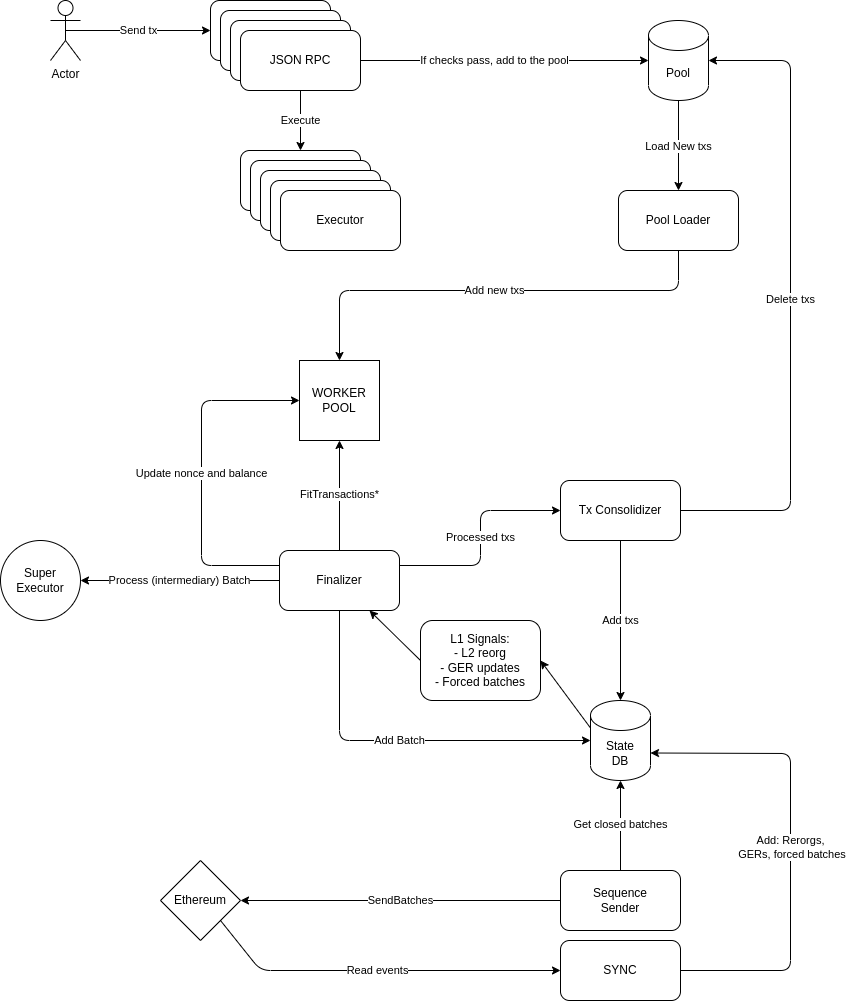
Earlier version of the draw.io export docs/sequecer-mango.drawio.png (0xPolygonHermez/zkevm-node). Source tidied: cells renumbered, new cells last; positions are measured from the earlier drawing's top-left corner, leaving out a move shared by most shapes.
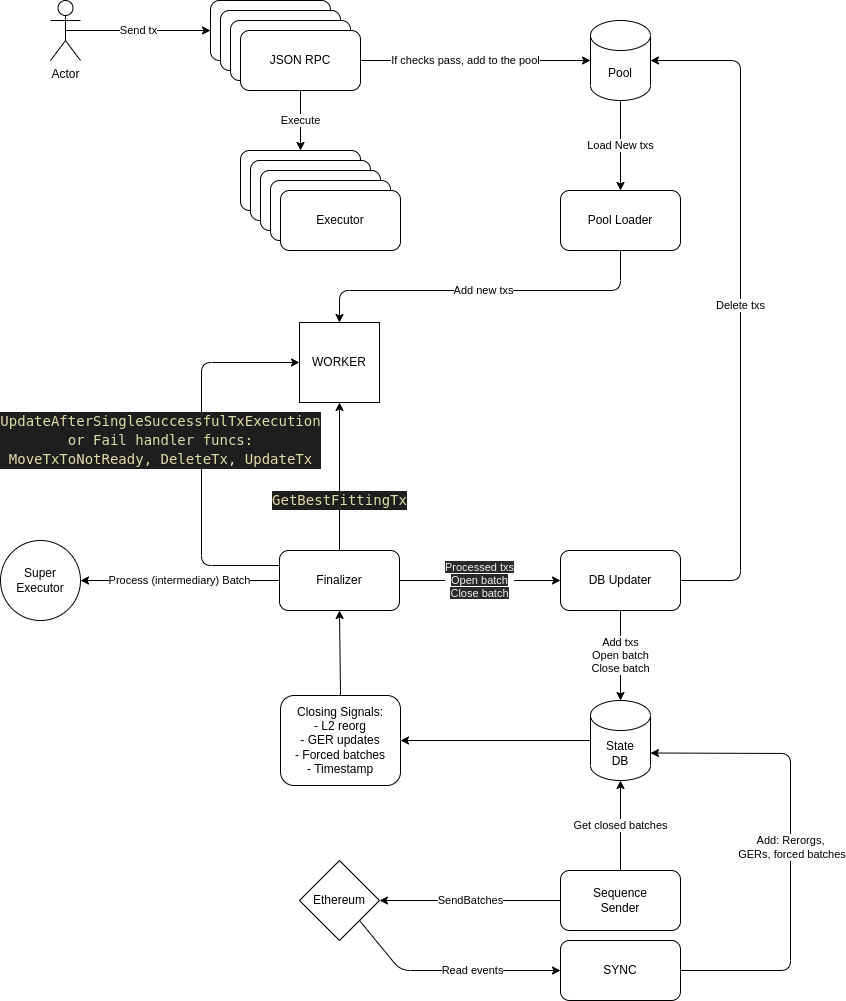
The same file after the commit.

What changed in the source:
```diff
@@ -6,7 +6,7 @@
       <mxGeometry relative="1" as="geometry" />
     </mxCell>
     <mxCell id="3" value="Pool" style="shape=cylinder3;whiteSpace=wrap;html=1;boundedLbl=1;backgroundOutline=1;size=15;" parent="1" vertex="1">
-      <mxGeometry x="648" y="20" width="60" height="80" as="geometry" />
+      <mxGeometry x="590" y="20" width="60" height="80" as="geometry" />
     </mxCell>
     <mxCell id="4" value="Send tx" style="edgeStyle=none;html=1;exitX=0.5;exitY=0.5;exitDx=0;exitDy=0;exitPerimeter=0;entryX=0;entryY=0.5;entryDx=0;entryDy=0;" parent="1" edge="1" source="5" target="6">
       <mxGeometry relative="1" as="geometry" />
@@ -52,67 +52,55 @@
     <mxCell id="17" value="Add new txs" style="edgeStyle=none;html=1;exitX=0.5;exitY=1;exitDx=0;exitDy=0;entryX=0.5;entryY=0;entryDx=0;entryDy=0;" parent="1" edge="1" source="18" target="19">
       <mxGeometry relative="1" as="geometry">
         <Array as="points">
-          <mxPoint x="678" y="290" />
+          <mxPoint x="620" y="290" />
           <mxPoint x="339" y="290" />
         </Array>
       </mxGeometry>
     </mxCell>
     <mxCell id="18" value="Pool Loader" style="rounded=1;whiteSpace=wrap;html=1;" parent="1" vertex="1">
-      <mxGeometry x="618" y="190" width="120" height="60" as="geometry" />
+      <mxGeometry x="560" y="190" width="120" height="60" as="geometry" />
     </mxCell>
-    <mxCell id="19" value="WORKER&lt;br&gt;POOL" style="whiteSpace=wrap;html=1;" parent="1" vertex="1">
-      <mxGeometry x="299" y="360" width="80" height="80" as="geometry" />
+    <mxCell id="19" value="WORKER" style="whiteSpace=wrap;html=1;" parent="1" vertex="1">
+      <mxGeometry x="299" y="322" width="80" height="80" as="geometry" />
     </mxCell>
-    <mxCell id="20" value="FitTransactions*" style="edgeStyle=none;html=1;exitX=0.5;exitY=0;exitDx=0;exitDy=0;entryX=0.5;entryY=1;entryDx=0;entryDy=0;" parent="1" edge="1" source="25" target="19">
-      <mxGeometry relative="1" as="geometry" />
+    <mxCell id="20" value="&lt;div style=&quot;color: rgb(212 , 212 , 212) ; background-color: rgb(30 , 30 , 30) ; font-family: &amp;#34;droid sans mono&amp;#34; , &amp;#34;monospace&amp;#34; , monospace ; font-size: 14px ; line-height: 19px&quot;&gt;&lt;span style=&quot;color: #dcdcaa&quot;&gt;GetBestFittingTx&lt;/span&gt;&lt;/div&gt;" style="edgeStyle=none;html=1;exitX=0.5;exitY=0;exitDx=0;exitDy=0;entryX=0.5;entryY=1;entryDx=0;entryDy=0;" parent="1" edge="1" source="25" target="19">
+      <mxGeometry x="-0.32" relative="1" as="geometry" />
     </mxCell>
     <mxCell id="21" value="Process (intermediary) Batch" style="edgeStyle=none;html=1;exitX=0;exitY=0.5;exitDx=0;exitDy=0;entryX=1;entryY=0.5;entryDx=0;entryDy=0;" parent="1" edge="1" source="25" target="26">
       <mxGeometry relative="1" as="geometry" />
     </mxCell>
-    <mxCell id="22" value="Update nonce and balance" style="edgeStyle=none;html=1;exitX=0;exitY=0.25;exitDx=0;exitDy=0;entryX=0;entryY=0.5;entryDx=0;entryDy=0;" parent="1" edge="1" source="25" target="19">
-      <mxGeometry relative="1" as="geometry">
+    <mxCell id="22" value="&lt;div style=&quot;color: rgb(212 , 212 , 212) ; background-color: rgb(30 , 30 , 30) ; font-family: &amp;#34;droid sans mono&amp;#34; , &amp;#34;monospace&amp;#34; , monospace ; font-size: 14px ; line-height: 19px&quot;&gt;&lt;span style=&quot;color: #dcdcaa&quot;&gt;UpdateAfterSingleSuccessfulTxExecution&lt;br&gt;or Fail handler funcs:&lt;/span&gt;&lt;/div&gt;&lt;div style=&quot;color: rgb(212 , 212 , 212) ; background-color: rgb(30 , 30 , 30) ; font-family: &amp;#34;droid sans mono&amp;#34; , &amp;#34;monospace&amp;#34; , monospace ; font-size: 14px ; line-height: 19px&quot;&gt;&lt;div style=&quot;font-family: &amp;#34;droid sans mono&amp;#34; , &amp;#34;monospace&amp;#34; , monospace ; line-height: 19px&quot;&gt;&lt;span style=&quot;color: #dcdcaa&quot;&gt;MoveTxToNotReady,&amp;nbsp;&lt;/span&gt;&lt;span style=&quot;color: rgb(220 , 220 , 170)&quot;&gt;DeleteTx,&amp;nbsp;&lt;/span&gt;&lt;span style=&quot;color: rgb(220 , 220 , 170)&quot;&gt;UpdateTx&lt;/span&gt;&lt;/div&gt;&lt;/div&gt;" style="edgeStyle=none;html=1;exitX=0;exitY=0.25;exitDx=0;exitDy=0;entryX=0;entryY=0.5;entryDx=0;entryDy=0;" parent="1" edge="1" source="25" target="19">
+      <mxGeometry x="0.07" y="41" relative="1" as="geometry">
         <Array as="points">
           <mxPoint x="201" y="565" />
-          <mxPoint x="201" y="400" />
+          <mxPoint x="201" y="362" />
         </Array>
       </mxGeometry>
     </mxCell>
-    <mxCell id="23" value="Processed txs" style="edgeStyle=none;html=1;exitX=1;exitY=0.25;exitDx=0;exitDy=0;entryX=0;entryY=0.5;entryDx=0;entryDy=0;" parent="1" edge="1" source="25" target="29">
-      <mxGeometry relative="1" as="geometry">
-        <Array as="points">
-          <mxPoint x="480" y="565" />
-          <mxPoint x="480" y="510" />
-        </Array>
-      </mxGeometry>
+    <mxCell id="23" value="&lt;span style=&quot;color: rgb(240, 240, 240); font-family: helvetica; font-size: 11px; font-style: normal; font-weight: 400; letter-spacing: normal; text-align: center; text-indent: 0px; text-transform: none; word-spacing: 0px; background-color: rgb(42, 42, 42); display: inline; float: none;&quot;&gt;Processed txs&lt;/span&gt;&lt;br style=&quot;color: rgb(240, 240, 240); font-family: helvetica; font-size: 11px; font-style: normal; font-weight: 400; letter-spacing: normal; text-align: center; text-indent: 0px; text-transform: none; word-spacing: 0px;&quot;&gt;&lt;span style=&quot;color: rgb(240, 240, 240); font-family: helvetica; font-size: 11px; font-style: normal; font-weight: 400; letter-spacing: normal; text-align: center; text-indent: 0px; text-transform: none; word-spacing: 0px; background-color: rgb(42, 42, 42); display: inline; float: none;&quot;&gt;Open batch&lt;/span&gt;&lt;br style=&quot;color: rgb(240, 240, 240); font-family: helvetica; font-size: 11px; font-style: normal; font-weight: 400; letter-spacing: normal; text-align: center; text-indent: 0px; text-transform: none; word-spacing: 0px;&quot;&gt;&lt;span style=&quot;color: rgb(240, 240, 240); font-family: helvetica; font-size: 11px; font-style: normal; font-weight: 400; letter-spacing: normal; text-align: center; text-indent: 0px; text-transform: none; word-spacing: 0px; background-color: rgb(42, 42, 42); display: inline; float: none;&quot;&gt;Close batch&lt;/span&gt;" style="edgeStyle=none;html=1;exitX=1;exitY=0.5;exitDx=0;exitDy=0;entryX=0;entryY=0.5;entryDx=0;entryDy=0;" parent="1" edge="1" source="25" target="29">
+      <mxGeometry relative="1" as="geometry" />
     </mxCell>
-    <mxCell id="24" value="Add Batch" style="edgeStyle=none;html=1;exitX=0.5;exitY=1;exitDx=0;exitDy=0;entryX=0;entryY=0.5;entryDx=0;entryDy=0;entryPerimeter=0;" parent="1" edge="1" source="25" target="31">
-      <mxGeometry relative="1" as="geometry">
-        <Array as="points">
-          <mxPoint x="339" y="740" />
-        </Array>
-      </mxGeometry>
-    </mxCell>
     <mxCell id="25" value="Finalizer" style="rounded=1;whiteSpace=wrap;html=1;" parent="1" vertex="1">
       <mxGeometry x="279" y="550" width="120" height="60" as="geometry" />
     </mxCell>
     <mxCell id="26" value="Super&lt;br&gt;Executor" style="ellipse;whiteSpace=wrap;html=1;" parent="1" vertex="1">
       <mxGeometry y="540" width="80" height="80" as="geometry" />
     </mxCell>
-    <mxCell id="27" value="Add txs" style="edgeStyle=none;html=1;exitX=0.5;exitY=1;exitDx=0;exitDy=0;entryX=0.5;entryY=0;entryDx=0;entryDy=0;entryPerimeter=0;" parent="1" edge="1" source="29" target="31">
+    <mxCell id="27" value="Add txs&lt;br&gt;Open batch&lt;br&gt;Close batch" style="edgeStyle=none;html=1;exitX=0.5;exitY=1;exitDx=0;exitDy=0;entryX=0.5;entryY=0;entryDx=0;entryDy=0;entryPerimeter=0;" parent="1" edge="1" source="29" target="31">
       <mxGeometry relative="1" as="geometry" />
     </mxCell>
     <mxCell id="28" value="Delete txs" style="edgeStyle=none;html=1;exitX=1;exitY=0.5;exitDx=0;exitDy=0;entryX=1;entryY=0.5;entryDx=0;entryDy=0;entryPerimeter=0;" parent="1" edge="1" source="29" target="3">
       <mxGeometry relative="1" as="geometry">
         <Array as="points">
-          <mxPoint x="790" y="510" />
-          <mxPoint x="790" y="60" />
+          <mxPoint x="740" y="580" />
+          <mxPoint x="740" y="60" />
         </Array>
       </mxGeometry>
     </mxCell>
-    <mxCell id="29" value="Tx Consolidizer" style="rounded=1;whiteSpace=wrap;html=1;" parent="1" vertex="1">
-      <mxGeometry x="560" y="480" width="120" height="60" as="geometry" />
+    <mxCell id="29" value="DB Updater" style="rounded=1;whiteSpace=wrap;html=1;" parent="1" vertex="1">
+      <mxGeometry x="560" y="550" width="120" height="60" as="geometry" />
     </mxCell>
-    <mxCell id="30" style="edgeStyle=none;html=1;exitX=0;exitY=0;exitDx=0;exitDy=27.5;exitPerimeter=0;entryX=1;entryY=0.5;entryDx=0;entryDy=0;" parent="1" edge="1" source="31" target="38">
+    <mxCell id="30" style="edgeStyle=none;html=1;exitX=0;exitY=0.5;exitDx=0;exitDy=0;exitPerimeter=0;entryX=1;entryY=0.5;entryDx=0;entryDy=0;" parent="1" edge="1" source="31" target="38">
       <mxGeometry relative="1" as="geometry" />
     </mxCell>
     <mxCell id="31" value="State&lt;br&gt;DB" style="shape=cylinder3;whiteSpace=wrap;html=1;boundedLbl=1;backgroundOutline=1;size=15;" parent="1" vertex="1">
@@ -128,20 +116,20 @@
       <mxGeometry x="560" y="870" width="120" height="60" as="geometry" />
     </mxCell>
     <mxCell id="35" value="Read events" style="edgeStyle=none;html=1;exitX=1;exitY=1;exitDx=0;exitDy=0;entryX=0;entryY=0.5;entryDx=0;entryDy=0;" parent="1" edge="1" source="36" target="40">
-      <mxGeometry relative="1" as="geometry">
+      <mxGeometry x="0.22" relative="1" as="geometry">
         <Array as="points">
-          <mxPoint x="260" y="970" />
+          <mxPoint x="400" y="970" />
         </Array>
       </mxGeometry>
     </mxCell>
     <mxCell id="36" value="Ethereum" style="rhombus;whiteSpace=wrap;html=1;" parent="1" vertex="1">
-      <mxGeometry x="160" y="860" width="80" height="80" as="geometry" />
+      <mxGeometry x="299" y="860" width="80" height="80" as="geometry" />
     </mxCell>
-    <mxCell id="37" style="edgeStyle=none;html=1;exitX=0;exitY=0.5;exitDx=0;exitDy=0;entryX=0.75;entryY=1;entryDx=0;entryDy=0;" parent="1" edge="1" source="38" target="25">
+    <mxCell id="37" style="edgeStyle=none;html=1;exitX=0.5;exitY=0;exitDx=0;exitDy=0;entryX=0.5;entryY=1;entryDx=0;entryDy=0;" parent="1" edge="1" source="38" target="25">
       <mxGeometry relative="1" as="geometry" />
     </mxCell>
-    <mxCell id="38" value="L1 Signals:&lt;br&gt;- L2 reorg&lt;br&gt;- GER updates&lt;br&gt;- Forced batches" style="rounded=1;whiteSpace=wrap;html=1;" parent="1" vertex="1">
-      <mxGeometry x="420" y="620" width="120" height="80" as="geometry" />
+    <mxCell id="38" value="Closing Signals:&lt;br&gt;- L2 reorg&lt;br&gt;- GER updates&lt;br&gt;- Forced batches&lt;br&gt;- Timestamp" style="rounded=1;whiteSpace=wrap;html=1;" parent="1" vertex="1">
+      <mxGeometry x="280" y="695" width="120" height="90" as="geometry" />
     </mxCell>
     <mxCell id="39" value="Add: Rerorgs,&lt;br&gt;&amp;nbsp;GERs, forced batches" style="edgeStyle=none;html=1;exitX=1;exitY=0.5;exitDx=0;exitDy=0;entryX=1;entryY=0;entryDx=0;entryDy=52.5;entryPerimeter=0;" parent="1" edge="1" source="40" target="31">
       <mxGeometry relative="1" as="geometry">
```
